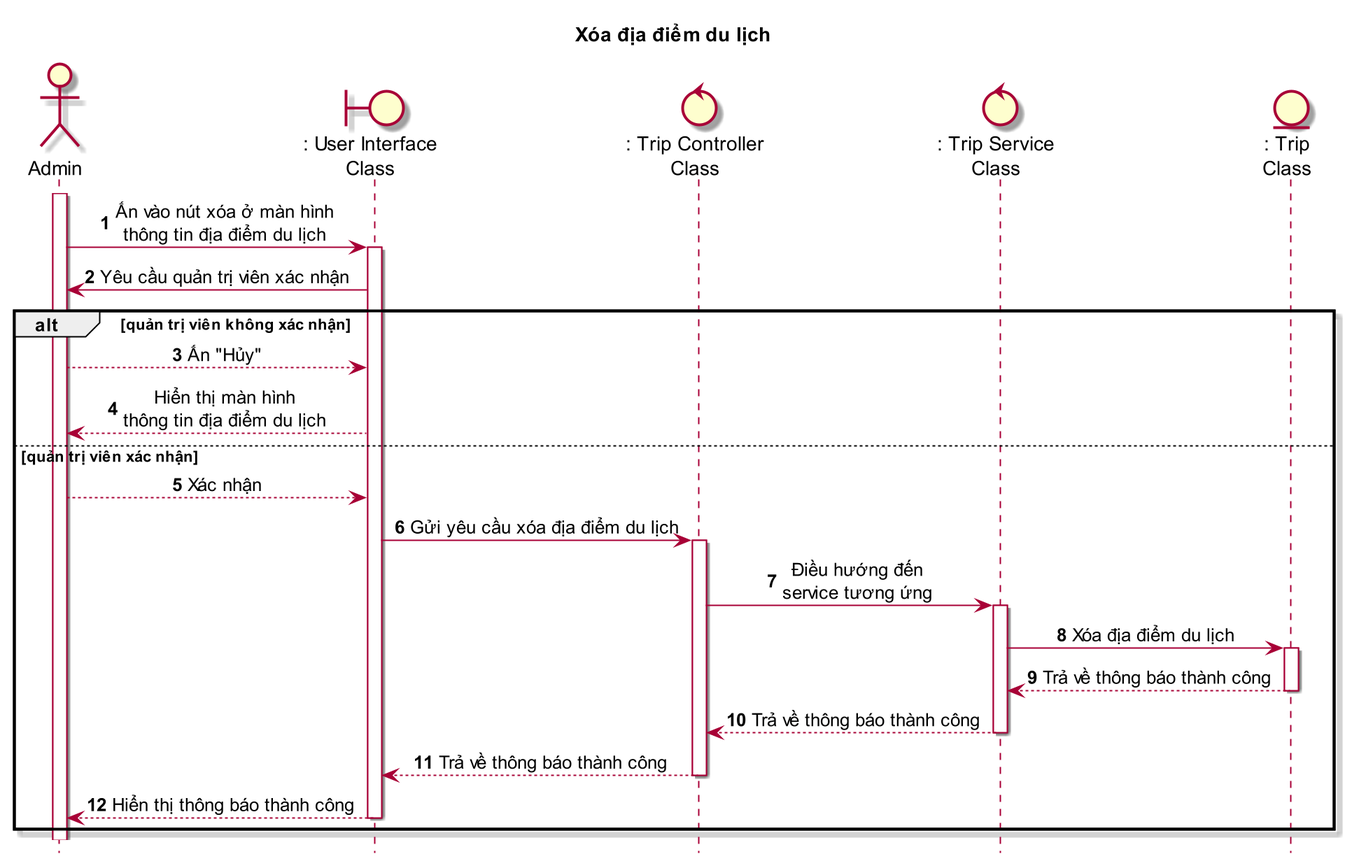
Griselda4774/WanderFun_Diagram keeps this PlantUML diagram as Sequence/img/SEQ14_XoaDiaDiemDuLich.png. Above is the earlier version. The source it was exported from:
```plantuml
@startuml SEQ14_XoaDiaDiemDuLich

    title Xóa địa điểm du lịch

    skin rose
    scale 2
    skinparam sequenceMessageAlign center
    hide footbox

    actor Admin as ad
    boundary ": User Interface\nClass" as ui
    control ": Trip Controller\nClass" as tc
    control ": Trip Service\nClass" as ts
    entity ": Trip\nClass" as t

    autonumber
    ad++
    ad -> ui++ : Ấn vào nút xóa ở màn hình\nthông tin địa điểm du lịch
    ui -> ad : Yêu cầu quản trị viên xác nhận
    alt quản trị viên không xác nhận
        ad --> ui : Ấn "Hủy"
        ui --> ad : Hiển thị màn hình\nthông tin địa điểm du lịch
    else quản trị viên xác nhận
        autonumber 5
        ad --> ui : Xác nhận
        ui -> tc++ : Gửi yêu cầu xóa địa điểm du lịch
        tc -> ts++ : Điều hướng đến\nservice tương ứng
        ts -> t++ : Xóa địa điểm du lịch
        t --> ts-- : Trả về thông báo thành công
        ts --> tc-- : Trả về thông báo thành công
        tc --> ui-- : Trả về thông báo thành công
        ui --> ad-- : Hiển thị thông báo thành công
    end

@enduml
```
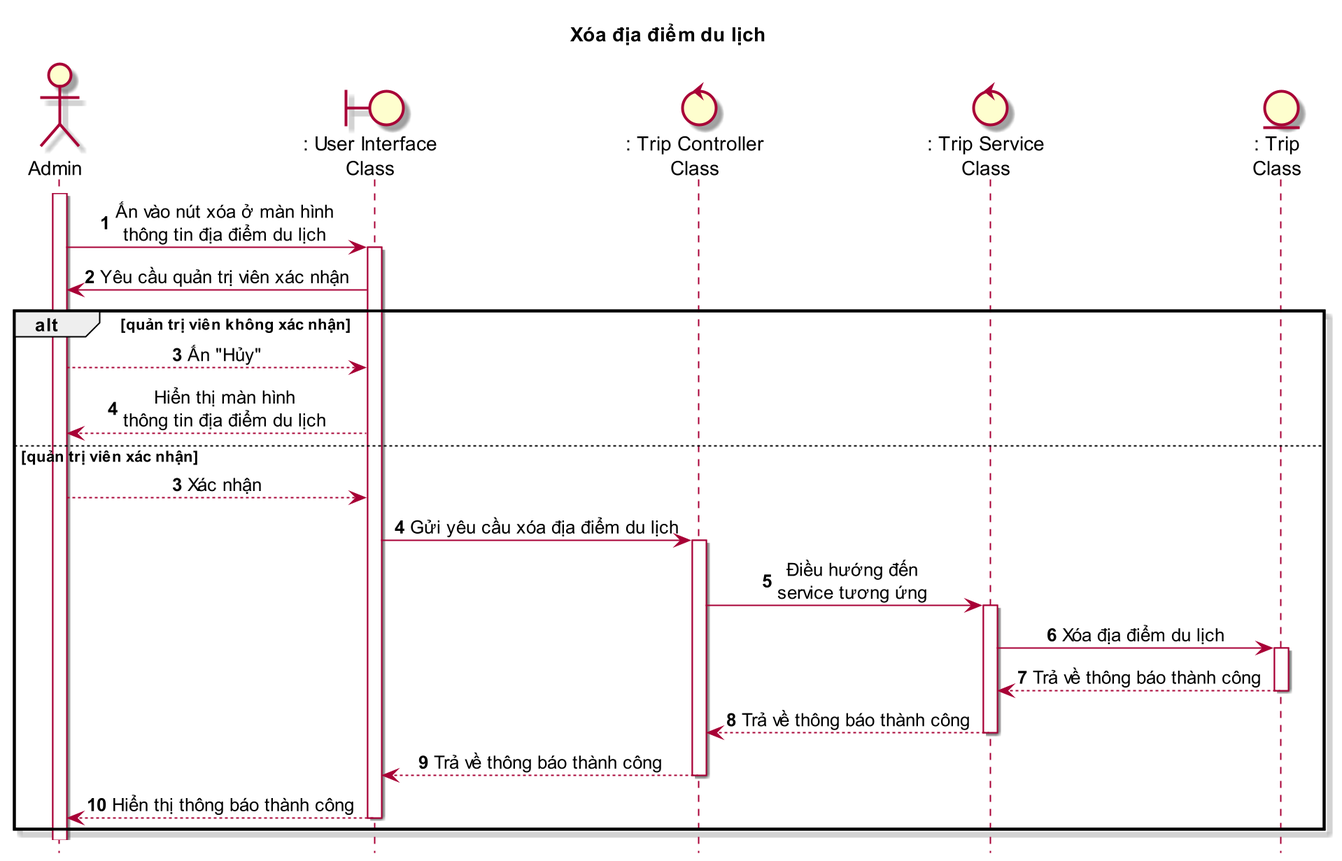
After the commit.

What changed in the source:
```diff
@@ -21,7 +21,7 @@
         ad --> ui : Ấn "Hủy"
         ui --> ad : Hiển thị màn hình\nthông tin địa điểm du lịch
     else quản trị viên xác nhận
-        autonumber 5
+        autonumber 3
         ad --> ui : Xác nhận
         ui -> tc++ : Gửi yêu cầu xóa địa điểm du lịch
         tc -> ts++ : Điều hướng đến\nservice tương ứng
```
